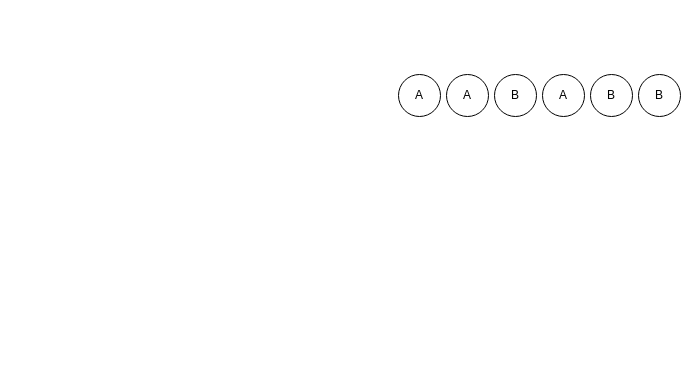
Above: page "区间事件代替点事件" (2 of 4) of 402创新点.drawio in LiLiJacky/graphData (draw.io), before the change. Source tidied: cells renumbered, new cells numbered last; positions are measured from the earlier drawing's top-left corner, leaving out a move shared by most shapes. Both pictures are drawn from the tidied source at 100%, with x=0, y=0 at pixel (398, 74).
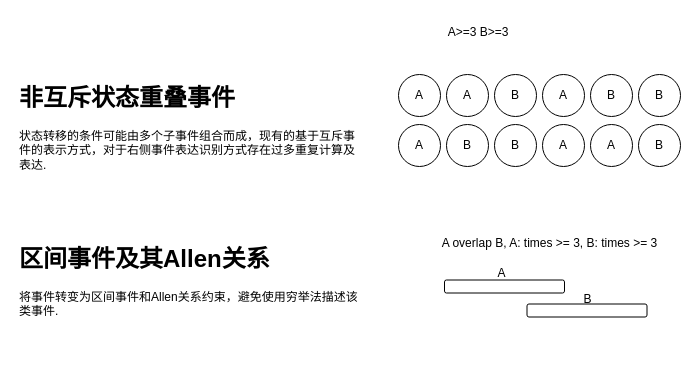
The same diagram, later.

Commit message:
更新402创新点.drawio

What changed in the source:
```diff
@@
+    <mxCell id="8" value="&lt;h1 style=&quot;margin-top: 0px;&quot;&gt;非互斥状态重叠事件&lt;/h1&gt;&lt;p&gt;状态转移的条件可能由多个子事件组合而成，现有的基于互斥事件的表示方式，对于右侧事件表达识别方式存在过多重复计算及表达.&lt;/p&gt;" style="text;html=1;whiteSpace=wrap;overflow=hidden;rounded=0;" parent="1" vertex="1">
+      <mxGeometry x="-381" y="3" width="344" height="120" as="geometry" />
+    </mxCell>
+    <mxCell id="9" value="A" style="ellipse;whiteSpace=wrap;html=1;" parent="1" vertex="1">
+      <mxGeometry y="50" width="42" height="42" as="geometry" />
+    </mxCell>
+    <mxCell id="10" value="B" style="ellipse;whiteSpace=wrap;html=1;" parent="1" vertex="1">
+      <mxGeometry x="48" y="50" width="42" height="42" as="geometry" />
+    </mxCell>
+    <mxCell id="11" value="B" style="ellipse;whiteSpace=wrap;html=1;" parent="1" vertex="1">
+      <mxGeometry x="96" y="50" width="42" height="42" as="geometry" />
+    </mxCell>
+    <mxCell id="12" value="A" style="ellipse;whiteSpace=wrap;html=1;" parent="1" vertex="1">
+      <mxGeometry x="144" y="50" width="42" height="42" as="geometry" />
+    </mxCell>
+    <mxCell id="13" value="A" style="ellipse;whiteSpace=wrap;html=1;" parent="1" vertex="1">
+      <mxGeometry x="192" y="50" width="42" height="42" as="geometry" />
+    </mxCell>
+    <mxCell id="14" value="B" style="ellipse;whiteSpace=wrap;html=1;" parent="1" vertex="1">
+      <mxGeometry x="240" y="50" width="42" height="42" as="geometry" />
+    </mxCell>
+    <mxCell id="15" value="A&amp;gt;=3 B&amp;gt;=3" style="text;html=1;align=center;verticalAlign=middle;whiteSpace=wrap;rounded=0;" parent="1" vertex="1">
+      <mxGeometry x="23" y="-57" width="114" height="30" as="geometry" />
+    </mxCell>
+    <mxCell id="16" value="&lt;h1 style=&quot;margin-top: 0px;&quot;&gt;区间事件及其Allen关系&lt;/h1&gt;&lt;p&gt;将事件转变为区间事件和Allen关系约束，避免使用穷举法描述该类事件.&lt;/p&gt;" style="text;html=1;whiteSpace=wrap;overflow=hidden;rounded=0;" parent="1" vertex="1">
+      <mxGeometry x="-381" y="164" width="344" height="120" as="geometry" />
+    </mxCell>
+    <mxCell id="17" value="A overlap B, A: times &amp;gt;= 3, B: times &amp;gt;= 3" style="text;html=1;align=center;verticalAlign=middle;whiteSpace=wrap;rounded=0;" parent="1" vertex="1">
+      <mxGeometry x="30" y="154" width="243" height="30" as="geometry" />
+    </mxCell>
+    <mxCell id="18" style="rounded=1;whiteSpace=wrap;html=1;" parent="1" vertex="1">
+      <mxGeometry x="46" y="205.5" width="120" height="13" as="geometry" />
+    </mxCell>
+    <mxCell id="19" style="rounded=1;whiteSpace=wrap;html=1;" parent="1" vertex="1">
+      <mxGeometry x="128.5" y="229.5" width="120" height="13" as="geometry" />
+    </mxCell>
+    <mxCell id="20" value="A" style="text;html=1;align=center;verticalAlign=middle;strokeColor=none;fillColor=none;" parent="1" vertex="1">
+      <mxGeometry x="90" y="186" width="26" height="26" as="geometry" />
+    </mxCell>
+    <mxCell id="21" value="B" style="text;html=1;align=center;verticalAlign=middle;strokeColor=none;fillColor=none;" parent="1" vertex="1">
+      <mxGeometry x="175.5" y="212" width="26" height="26" as="geometry" />
+    </mxCell>
```
